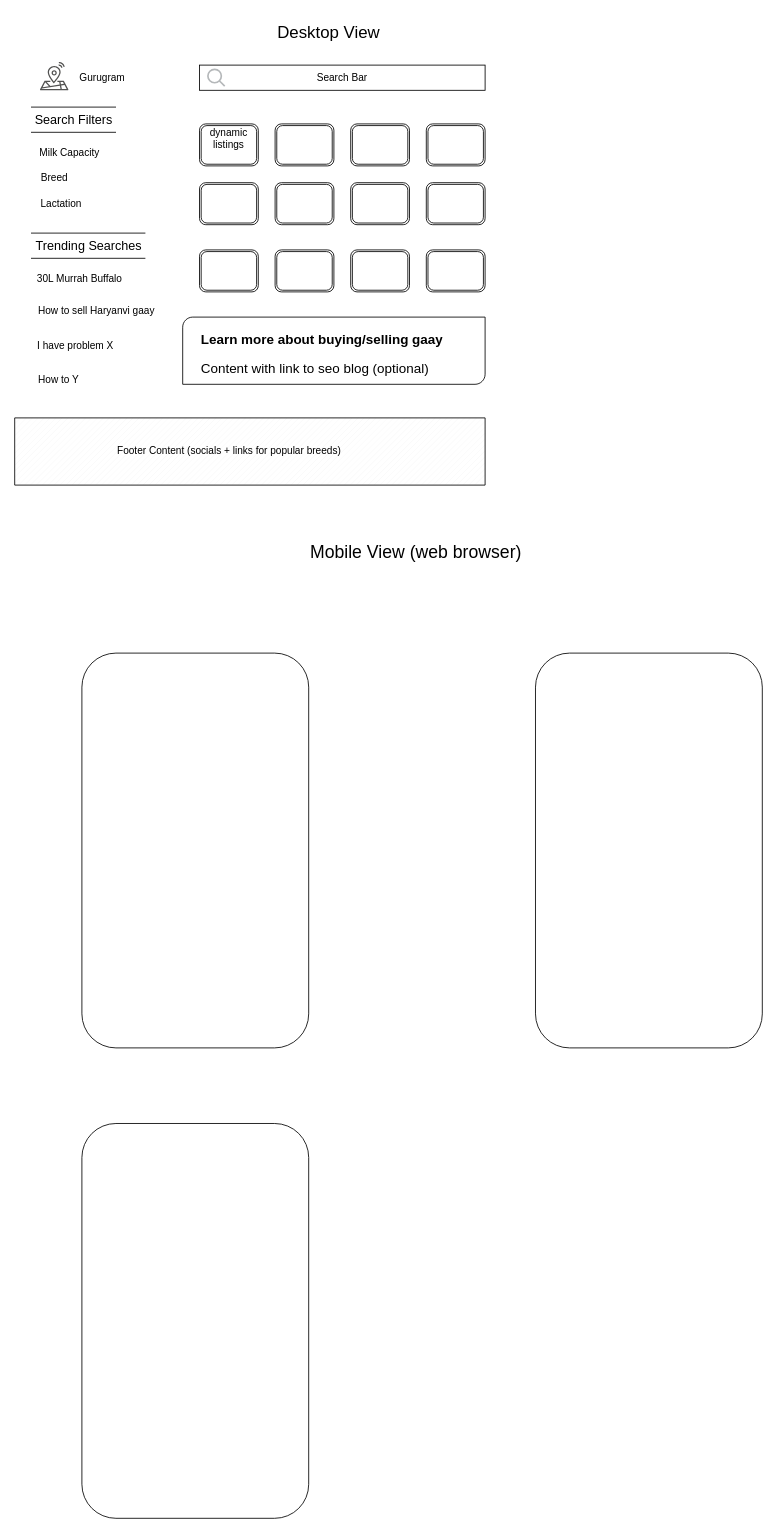
Earlier version of the draw.io diagram seo_search.drawio (souravendra/draw-io-casual). Source tidied: cells renumbered, new cells numbered last; positions are measured from the earlier drawing's top-left corner, leaving out a move shared by most shapes. Both pictures are drawn from the tidied source at 84%, with x=0, y=0 at pixel (14, 14).
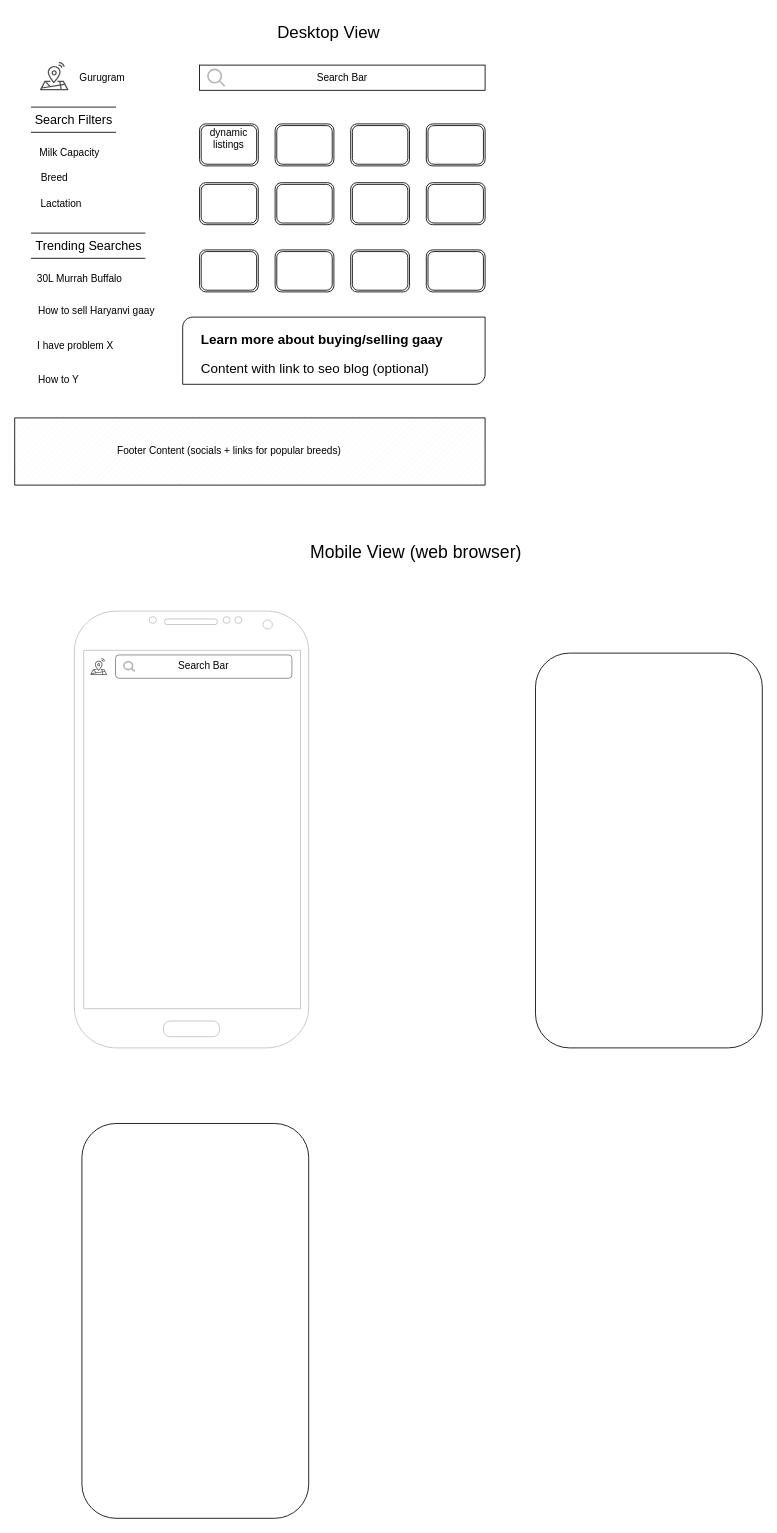
The same diagram, later.

Diff of the diagram source:
```diff
@@
-    <mxCell id="36" style="rounded=1;whiteSpace=wrap;html=1;direction=south;" parent="1" vertex="1">
-      <mxGeometry x="80" y="760" width="270" height="470" as="geometry" />
-    </mxCell>
@@
+    <mxCell id="38" value="Search Bar" style="rounded=1;whiteSpace=wrap;html=1;strokeColor=#808080;" parent="1" vertex="1">
+      <mxGeometry x="120" y="762.2" width="210" height="27.8" as="geometry" />
+    </mxCell>
+    <mxCell id="39" style="verticalLabelPosition=bottom;verticalAlign=top;html=1;shadow=0;dashed=0;strokeWidth=1;shape=mxgraph.android.phone2;strokeColor=#c0c0c0;" parent="1" vertex="1">
+      <mxGeometry x="71" y="710" width="279" height="520" as="geometry" />
+    </mxCell>
+    <mxCell id="40" style="html=1;verticalLabelPosition=bottom;align=center;labelBackgroundColor=#ffffff;verticalAlign=top;strokeWidth=2;strokeColor=#b5b8ba;shadow=0;dashed=0;shape=mxgraph.ios7.icons.looking_glass;" parent="1" vertex="1">
+      <mxGeometry x="130" y="770.3" width="13" height="11.6" as="geometry" />
+    </mxCell>
+    <mxCell id="41" style="sketch=0;fontColor=#232F3E;gradientColor=none;fillColor=#525251;strokeColor=none;dashed=0;verticalLabelPosition=bottom;verticalAlign=top;align=center;html=1;fontSize=12;fontStyle=0;shape=mxgraph.aws4.iot_core_device_location;" parent="1" vertex="1">
+      <mxGeometry x="90" y="766.1" width="20" height="20" as="geometry" />
+    </mxCell>
```
